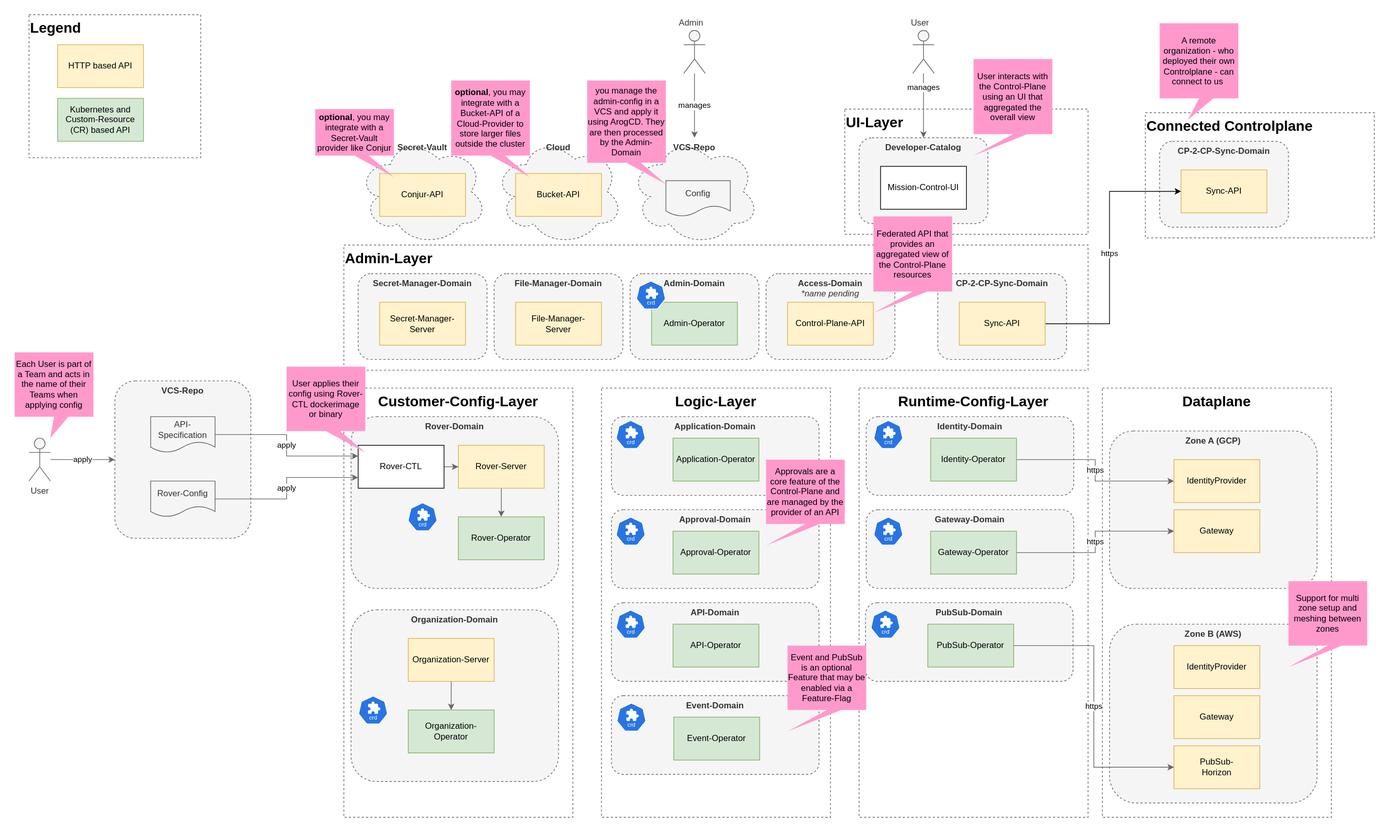
telekom/controlplane keeps this draw.io diagram as docs/static/img/highlevel-architecture.svg. Above is the earlier version. Source tidied: cells renumbered, new cells last; positions are measured from the earlier drawing's top-left corner, leaving out a move shared by most shapes.
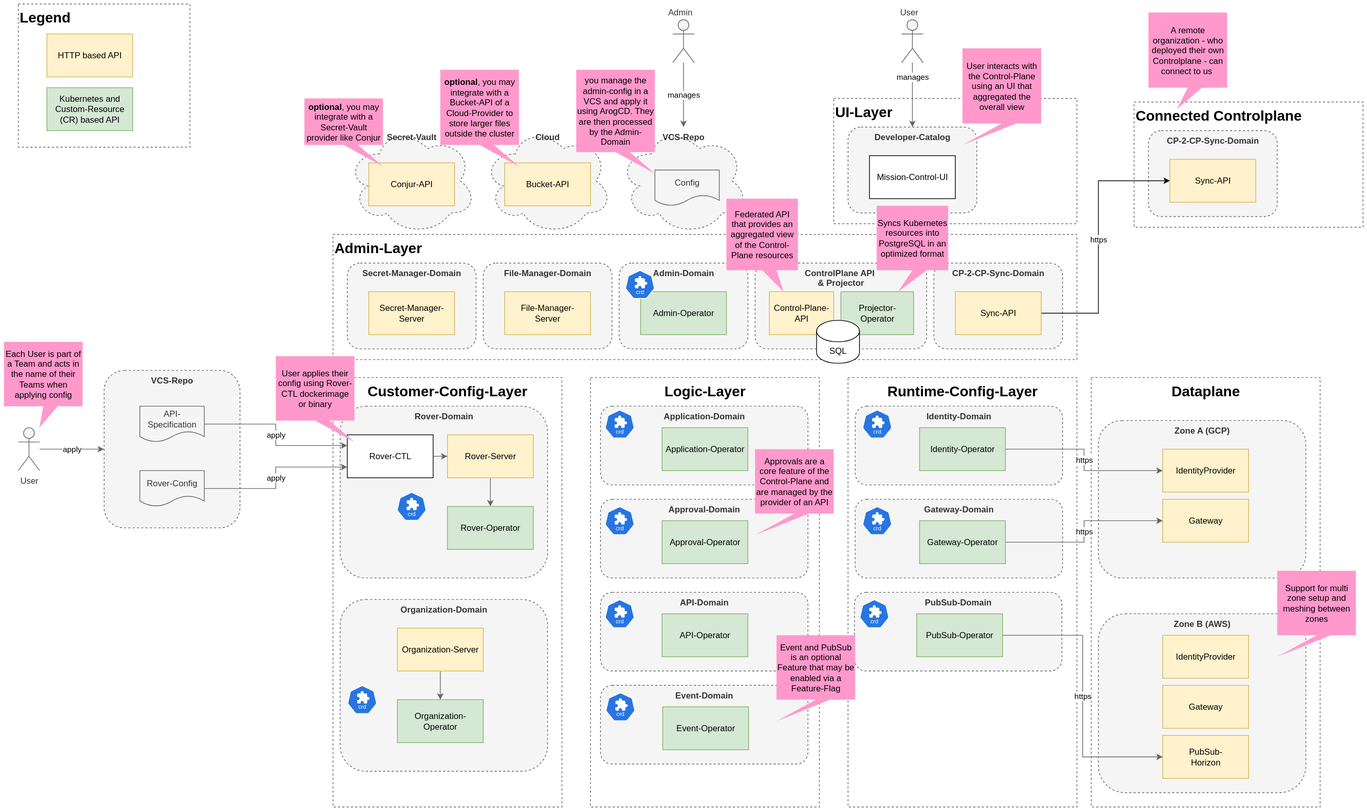
Later version of the same file.

Commit message:
docs(docusaurus): added controlplane-api and projector sections; updated architecture overview

Change to the diagram source:
```diff
@@ -1,4 +1,4 @@
-<mxGraphModel>
+<mxGraphModel background="#FFFFFF">
   <root>
     <mxCell id="0" />
     <mxCell id="1" value="layers" parent="0" />
@@ -54,8 +54,8 @@
     <mxCell id="19" value="Admin-Domain" style="rounded=1;whiteSpace=wrap;html=1;fillColor=#f5f5f5;fontColor=#333333;strokeColor=#666666;dashed=1;fontStyle=1;verticalAlign=top;" parent="9" vertex="1">
       <mxGeometry x="860" y="362" width="180" height="120" as="geometry" />
     </mxCell>
-    <mxCell id="20" value="Access-Domain&lt;div&gt;&lt;span style=&quot;font-weight: normal;&quot;&gt;&lt;i&gt;*name pending&lt;/i&gt;&lt;/span&gt;&lt;/div&gt;" style="rounded=1;whiteSpace=wrap;html=1;fillColor=#f5f5f5;fontColor=#333333;strokeColor=#666666;dashed=1;fontStyle=1;verticalAlign=top;" parent="9" vertex="1">
-      <mxGeometry x="1050" y="362" width="180" height="120" as="geometry" />
+    <mxCell id="20" value="&lt;div&gt;ControlPlane API&amp;nbsp;&lt;/div&gt;&lt;div&gt;&amp;amp; Projector&lt;/div&gt;" style="rounded=1;whiteSpace=wrap;html=1;fillColor=#f5f5f5;fontColor=#333333;strokeColor=#666666;dashed=1;fontStyle=1;verticalAlign=top;" parent="9" vertex="1">
+      <mxGeometry x="1050" y="362" width="240" height="120" as="geometry" />
     </mxCell>
     <mxCell id="21" value="Secret-Vault" style="ellipse;shape=cloud;whiteSpace=wrap;html=1;fillColor=#f5f5f5;fontColor=#333333;strokeColor=#666666;dashed=1;fontStyle=1;verticalAlign=top;" parent="9" vertex="1">
       <mxGeometry x="480" y="172" width="180" height="150" as="geometry" />
@@ -82,7 +82,7 @@
       <mxGeometry x="1530" y="852" width="290" height="250" as="geometry" />
     </mxCell>
     <mxCell id="29" value="CP-2-CP-Sync-Domain" style="rounded=1;whiteSpace=wrap;html=1;fillColor=#f5f5f5;fontColor=#333333;strokeColor=#666666;dashed=1;fontStyle=1;verticalAlign=top;" parent="9" vertex="1">
-      <mxGeometry x="1290" y="362" width="180" height="120" as="geometry" />
+      <mxGeometry x="1300" y="362" width="180" height="120" as="geometry" />
     </mxCell>
     <mxCell id="30" value="CP-2-CP-Sync-Domain" style="rounded=1;whiteSpace=wrap;html=1;fillColor=#f5f5f5;fontColor=#333333;strokeColor=#666666;dashed=1;fontStyle=1;verticalAlign=top;" parent="9" vertex="1">
       <mxGeometry x="1600" y="177" width="180" height="120" as="geometry" />
@@ -149,7 +149,7 @@
       <mxGeometry x="890" y="402" width="120" height="60" as="geometry" />
     </mxCell>
     <mxCell id="52" value="Control-Plane-API" style="rounded=0;whiteSpace=wrap;html=1;fillColor=#fff2cc;strokeColor=#d6b656;fontColor=#000000;" parent="33" vertex="1">
-      <mxGeometry x="1080" y="402" width="120" height="60" as="geometry" />
+      <mxGeometry x="1070" y="402" width="90" height="60" as="geometry" />
     </mxCell>
     <mxCell id="53" value="Gateway" style="rounded=0;whiteSpace=wrap;html=1;fillColor=#fff2cc;strokeColor=#d6b656;fontColor=#000000;" parent="33" vertex="1">
       <mxGeometry x="1620" y="692" width="120" height="60" as="geometry" />
@@ -239,7 +239,7 @@
       </mxGeometry>
     </mxCell>
     <mxCell id="79" value="Sync-API" style="rounded=0;whiteSpace=wrap;html=1;fillColor=#fff2cc;strokeColor=#d6b656;fontColor=#000000;" parent="33" vertex="1">
-      <mxGeometry x="1320" y="402" width="120" height="60" as="geometry" />
+      <mxGeometry x="1330" y="402" width="120" height="60" as="geometry" />
     </mxCell>
     <mxCell id="80" value="Sync-API" style="rounded=0;whiteSpace=wrap;html=1;fillColor=#fff2cc;strokeColor=#d6b656;fontColor=#000000;" parent="33" vertex="1">
       <mxGeometry x="1630" y="217" width="120" height="60" as="geometry" />
@@ -262,6 +262,12 @@
     <mxCell id="86" value="https" style="edgeStyle=orthogonalEdgeStyle;rounded=0;jettySize=auto;html=1;fontColor=#000000;fillColor=#f5f5f5;strokeColor=#666666;labelBackgroundColor=#FFFFFF;exitX=1;exitY=0.5;exitDx=0;exitDy=0;entryX=0;entryY=0.5;entryDx=0;entryDy=0;" parent="33" edge="1" source="83" target="85">
       <mxGeometry relative="1" as="geometry" />
     </mxCell>
+    <mxCell id="102" value="Projector-&lt;br&gt;Operator" style="rounded=0;whiteSpace=wrap;html=1;fillColor=#d5e8d4;strokeColor=#82b366;fontColor=#000000;" parent="33" vertex="1">
+      <mxGeometry x="1170" y="402" width="101.7" height="60" as="geometry" />
+    </mxCell>
+    <mxCell id="103" value="SQL" style="shape=cylinder3;whiteSpace=wrap;html=1;boundedLbl=1;backgroundOutline=1;size=15;" parent="33" vertex="1">
+      <mxGeometry x="1136" y="442" width="60" height="60" as="geometry" />
+    </mxCell>
     <mxCell id="87" value="comments" parent="0" />
     <mxCell id="88" value="User applies their config using Rover-CTL dockerimage or binary" style="shape=callout;whiteSpace=wrap;html=1;perimeter=calloutPerimeter;position2=1;fillColor=#FF99CC;strokeColor=none;fontColor=#000000;" parent="87" vertex="1">
       <mxGeometry x="380" y="492" width="110" height="120" as="geometry" />
@@ -278,8 +284,8 @@
     <mxCell id="92" value="User interacts with the Control-Plane using an UI that aggregated the overall view" style="shape=callout;whiteSpace=wrap;html=1;perimeter=calloutPerimeter;position2=0;fillColor=#FF99CC;strokeColor=none;fontColor=#000000;" parent="87" vertex="1">
       <mxGeometry x="1340" y="62" width="110" height="135" as="geometry" />
     </mxCell>
-    <mxCell id="93" value="Federated API that provides an aggregated view of the Control-Plane resources" style="shape=callout;whiteSpace=wrap;html=1;perimeter=calloutPerimeter;position2=0;fillColor=#FF99CC;strokeColor=none;fontColor=#000000;" parent="87" vertex="1">
-      <mxGeometry x="1200" y="282" width="110" height="135" as="geometry" />
+    <mxCell id="93" value="Federated API that provides an aggregated view of the Control-Plane resources" style="shape=callout;whiteSpace=wrap;html=1;perimeter=calloutPerimeter;position2=0.8;fillColor=#FF99CC;strokeColor=none;fontColor=#000000;" parent="87" vertex="1">
+      <mxGeometry x="1010" y="272" width="100" height="130" as="geometry" />
     </mxCell>
     <mxCell id="94" value="Approvals are a core feature of the Control-Plane and are managed by the provider of an API" style="shape=callout;whiteSpace=wrap;html=1;perimeter=calloutPerimeter;position2=0;fillColor=#FF99CC;strokeColor=none;fontColor=#000000;" parent="87" vertex="1">
       <mxGeometry x="1050" y="622" width="110" height="120" as="geometry" />
@@ -305,5 +311,8 @@
     <mxCell id="101" value="Event and PubSub is an optional Feature that may be enabled via a Feature-Flag" style="shape=callout;whiteSpace=wrap;html=1;perimeter=calloutPerimeter;position2=0;fillColor=#FF99CC;strokeColor=none;fontColor=#000000;" parent="87" vertex="1">
       <mxGeometry x="1080" y="882" width="110" height="120" as="geometry" />
     </mxCell>
+    <mxCell id="104" value="Syncs Kubernetes resources into PostgreSQL in an optimized format" style="shape=callout;whiteSpace=wrap;html=1;perimeter=calloutPerimeter;position2=0.3;fillColor=#FF99CC;strokeColor=none;fontColor=#000000;" parent="87" vertex="1">
+      <mxGeometry x="1220" y="282" width="100" height="120" as="geometry" />
+    </mxCell>
   </root>
 </mxGraphModel>
```
